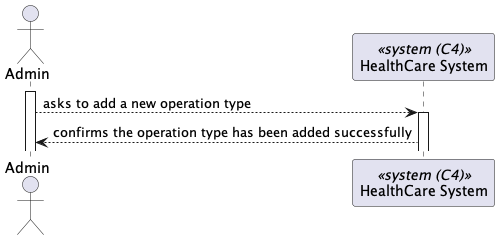
Lapr5G21/sem5pi-24-25-3ddg21 keeps this PlantUML diagram as docs/AddOperationType/views/level1/process-view.png. Above is the earlier version. Its diagram source:
```plantuml
@startuml

actor Admin as "Admin"
participant SYS as "HealthCare System" <<system (C4)>>

activate Admin

Admin --> SYS : asks to add a new operation type

activate SYS

SYS --> Admin : confirms the operation type has been added successfully


@enduml
```
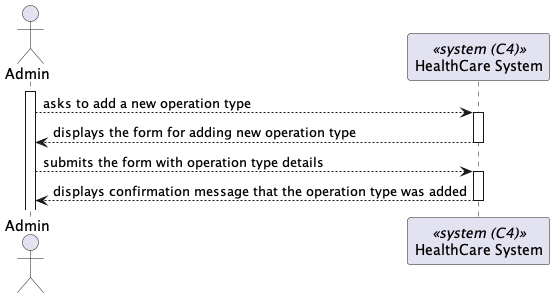
Later version of the same file.

Commit message:
Documentation updated of add operation types #46

The edit, as a diff of the source:
```diff
@@ -1,5 +1,4 @@
 @startuml
-
 actor Admin as "Admin"
 participant SYS as "HealthCare System" <<system (C4)>>
 
@@ -8,8 +7,13 @@
 Admin --> SYS : asks to add a new operation type
 
 activate SYS
+SYS --> Admin : displays the form for adding new operation type
+deactivate SYS
 
-SYS --> Admin : confirms the operation type has been added successfully
+Admin --> SYS : submits the form with operation type details
+activate SYS
+SYS --> Admin : displays confirmation message that the operation type was added
 
+deactivate SYS
 
 @enduml
```
